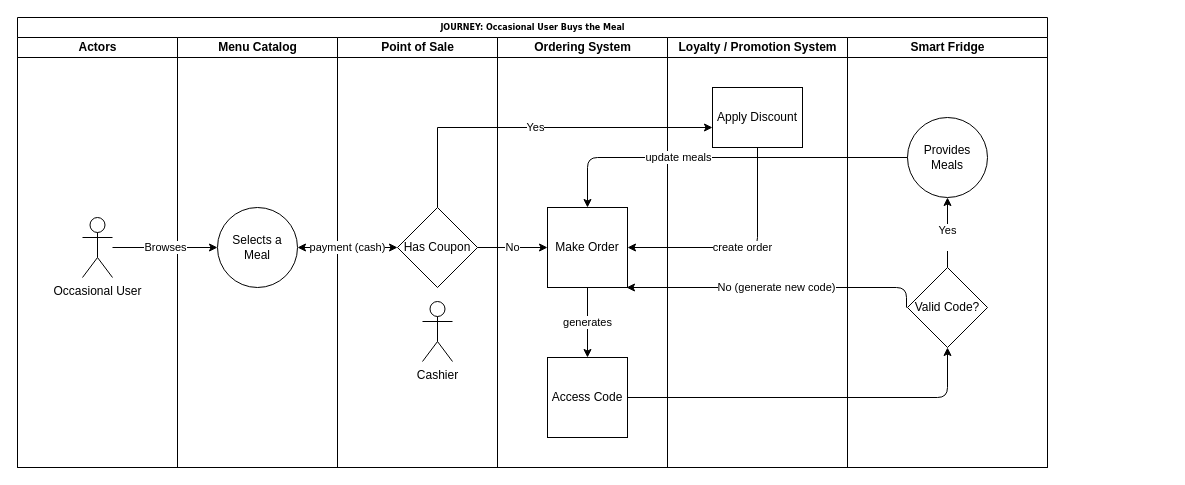
ldynia/archcolider keeps this draw.io diagram as img/user journey/Ocasional User.drawio. Above is the earlier version. Source tidied: cells renumbered, new cells numbered last; positions are measured from the earlier drawing's top-left corner, leaving out a move shared by most shapes. Both pictures are drawn from the tidied source at 100%, with x=0, y=0 at pixel (17, 17).
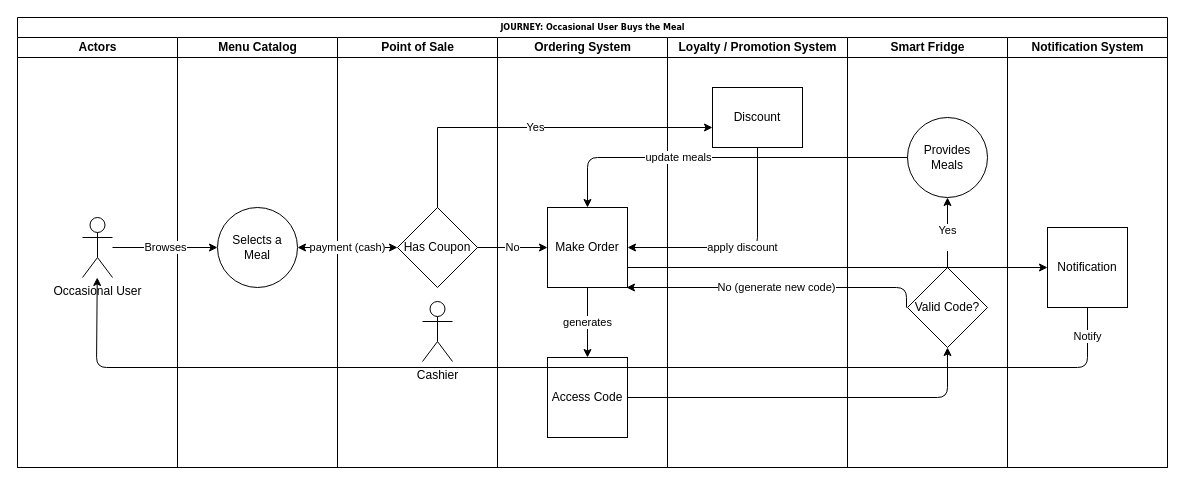
The same page after the edit.

Unchanged cells that the change refers to:
```xml
<mxCell id="4" value="Occasional User" style="shape=umlActor;verticalLabelPosition=bottom;verticalAlign=top;html=1;outlineConnect=0;" parent="3" vertex="1">
  <mxGeometry x="65" y="180" width="30" height="60" as="geometry" />
</mxCell>
<mxCell id="11" value="&lt;div&gt;Make Order&lt;/div&gt;" style="whiteSpace=wrap;html=1;" parent="10" vertex="1">
  <mxGeometry x="50" y="170" width="80" height="80" as="geometry" />
</mxCell>
<mxCell id="16" value="Loyalty / Promotion System" style="swimlane;html=1;startSize=20;" parent="2" vertex="1">
  <mxGeometry x="650" y="20" width="180" height="430" as="geometry" />
</mxCell>
```

What changed in the source:
```diff
@@
     <mxCell id="2" value="JOURNEY: Occasional User Buys the Meal" style="swimlane;html=1;startSize=20;rounded=0;shadow=0;labelBackgroundColor=none;strokeWidth=1;fontFamily=Verdana;fontSize=8;align=center;" parent="1" vertex="1">
-      <mxGeometry width="1030" height="450" as="geometry" />
+      <mxGeometry width="1150" height="450" as="geometry" />
     </mxCell>
@@
-    <mxCell id="17" value="&lt;div&gt;Apply Discount&lt;/div&gt;" style="whiteSpace=wrap;html=1;" parent="16" vertex="1">
+    <mxCell id="17" value="&lt;div&gt;Discount&lt;/div&gt;" style="whiteSpace=wrap;html=1;" parent="16" vertex="1">
       <mxGeometry x="45" y="50" width="90" height="60" as="geometry" />
     </mxCell>
     <mxCell id="18" value="Smart Fridge" style="swimlane;html=1;startSize=20;" parent="2" vertex="1">
-      <mxGeometry x="830" y="20" width="200" height="430" as="geometry" />
+      <mxGeometry x="830" y="20" width="160" height="430" as="geometry" />
     </mxCell>
@@
-    <mxCell id="25" value="create order" style="endArrow=classic;html=1;entryX=1;entryY=0.5;entryDx=0;entryDy=0;exitX=0.5;exitY=1;exitDx=0;exitDy=0;" parent="2" edge="1" source="17" target="11">
+    <mxCell id="25" value="&lt;div&gt;apply discount&lt;/div&gt;" style="endArrow=classic;html=1;entryX=1;entryY=0.5;entryDx=0;entryDy=0;exitX=0.5;exitY=1;exitDx=0;exitDy=0;" parent="2" edge="1" source="17" target="11">
       <mxGeometry relative="1" as="geometry">
         <Array as="points">
           <mxPoint x="740" y="230" />
         </Array>
       </mxGeometry>
     </mxCell>
@@
+    <mxCell id="28" value="Notification System" style="swimlane;html=1;startSize=20;" parent="2" vertex="1">
+      <mxGeometry x="990" y="20" width="160" height="430" as="geometry" />
+    </mxCell>
+    <mxCell id="29" value="Notification" style="whiteSpace=wrap;html=1;" parent="28" vertex="1">
+      <mxGeometry x="40" y="190" width="80" height="80" as="geometry" />
+    </mxCell>
+    <mxCell id="30" style="endArrow=classic;html=1;exitX=1;exitY=0.75;exitDx=0;exitDy=0;" parent="2" edge="1" source="11" target="29">
+      <mxGeometry relative="1" as="geometry" />
+    </mxCell>
+    <mxCell id="31" value="&lt;div&gt;Notify&lt;/div&gt;" style="endArrow=classic;html=1;exitX=0.5;exitY=1;exitDx=0;exitDy=0;" parent="2" edge="1" source="29" target="4">
+      <mxGeometry x="-0.95" relative="1" as="geometry">
+        <Array as="points">
+          <mxPoint x="1070" y="350" />
+          <mxPoint x="79" y="350" />
+        </Array>
+      </mxGeometry>
+    </mxCell>
```
